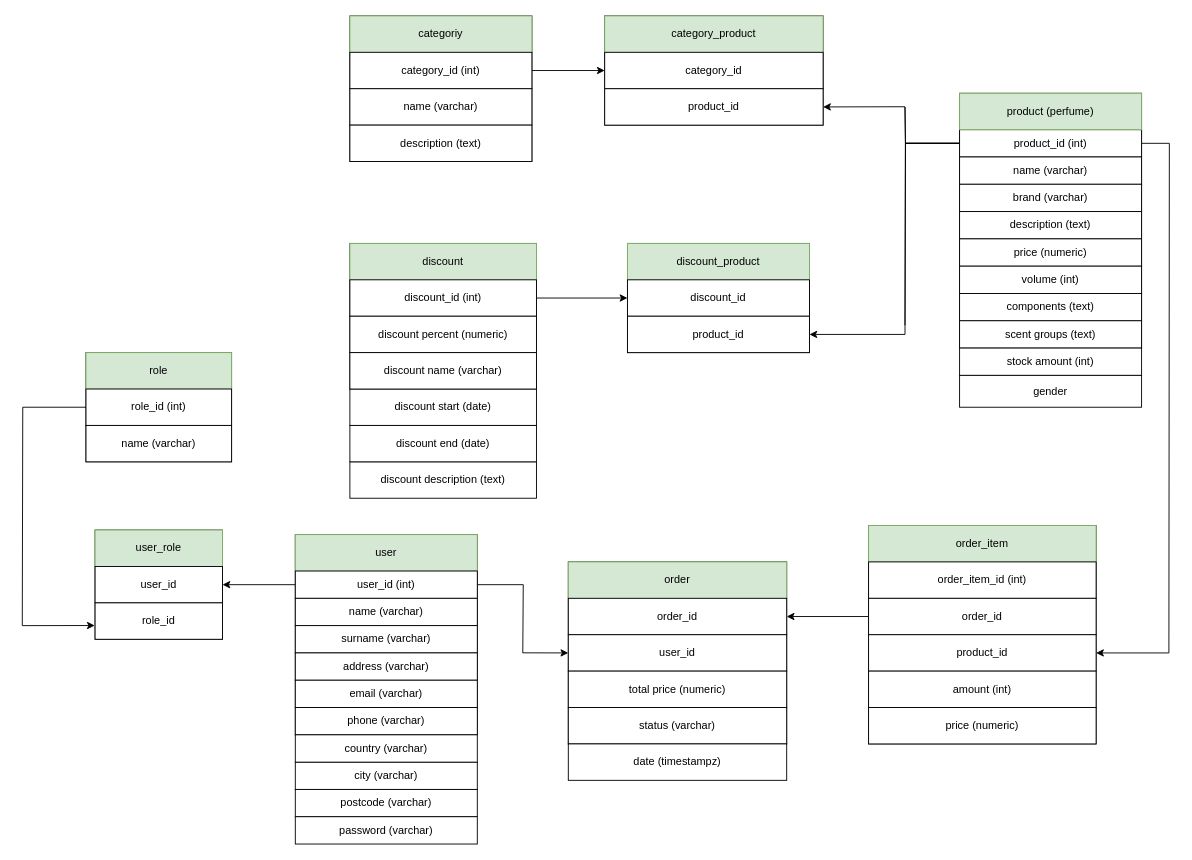
Before: backend/db_scheme.drawio in ekaterinapetukhova/online-perfume-shopping, a draw.io diagram. Source tidied: cells renumbered, new cells numbered last; positions are measured from the earlier drawing's top-left corner, leaving out a move shared by most shapes. Both pictures are drawn from the tidied source at 91%, with x=0, y=0 at pixel (22, 15).
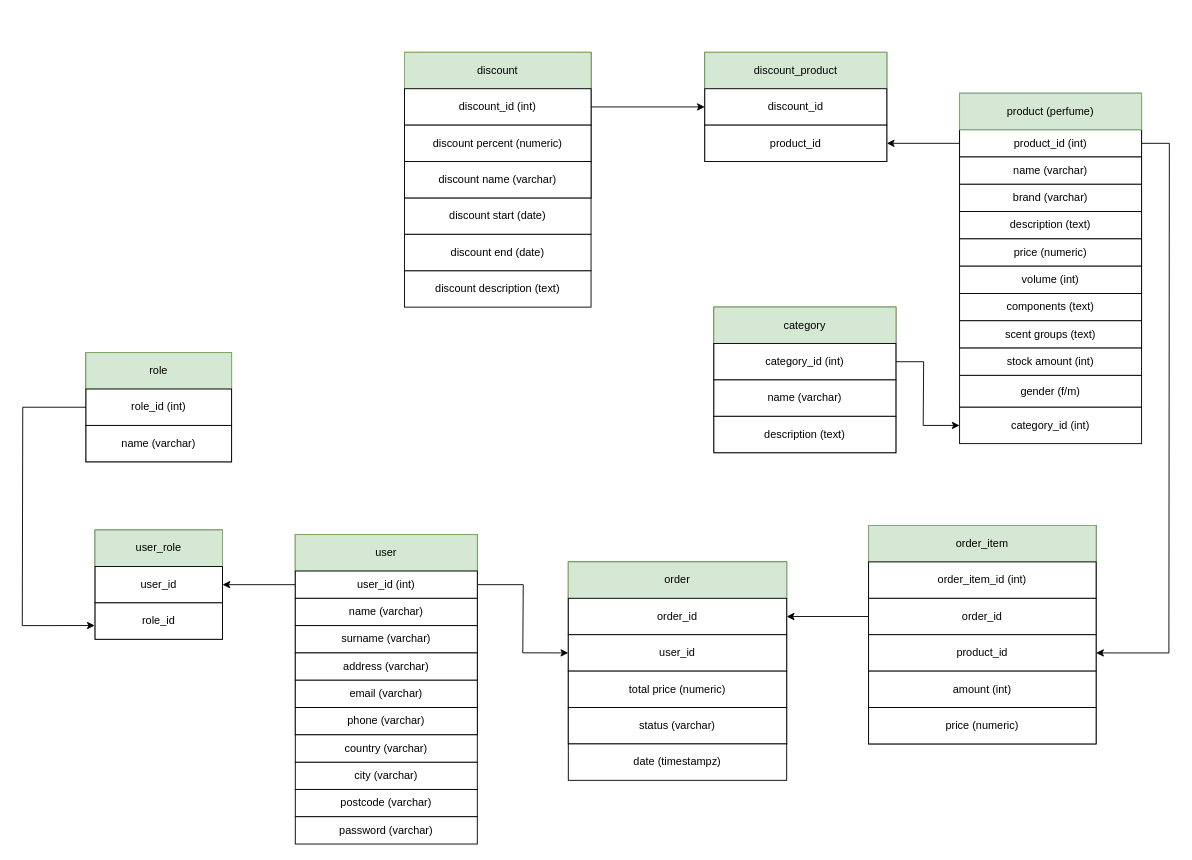
Above is the later version.

Unchanged cells that the change refers to:
```xml
<mxCell id="11" value="product_id (int)" style="rounded=0;whiteSpace=wrap;html=1;" parent="1" vertex="1">
  <mxGeometry x="1030" y="125" width="200" height="30" as="geometry" />
</mxCell>
```

What changed in the source:
```diff
@@
-    <mxCell id="8" style="edgeStyle=orthogonalEdgeStyle;rounded=0;jettySize=auto;html=1;endArrow=none;endFill=0;" parent="1" edge="1" source="11">
-      <mxGeometry relative="1" as="geometry">
-        <mxPoint x="970" y="340" as="targetPoint" />
-      </mxGeometry>
-    </mxCell>
-    <mxCell id="9" style="edgeStyle=orthogonalEdgeStyle;rounded=0;jettySize=auto;html=1;exitX=0;exitY=0.5;exitDx=0;exitDy=0;endArrow=none;endFill=0;" parent="1" edge="1" source="11">
-      <mxGeometry relative="1" as="geometry">
-        <mxPoint x="970" y="100" as="targetPoint" />
-      </mxGeometry>
-    </mxCell>
-    <mxCell id="10" style="edgeStyle=orthogonalEdgeStyle;rounded=0;jettySize=auto;html=1;endArrow=none;endFill=0;" parent="1" edge="1" source="11">
-      <mxGeometry relative="1" as="geometry">
-        <mxPoint x="970" y="100" as="targetPoint" />
-      </mxGeometry>
-    </mxCell>
@@
     <mxCell id="29" style="rounded=0;whiteSpace=wrap;html=1;" parent="1" vertex="1">
-      <mxGeometry x="360" width="200" height="160" as="geometry" />
+      <mxGeometry x="760" y="320" width="200" height="160" as="geometry" />
     </mxCell>
-    <mxCell id="30" value="categoriy" style="rounded=0;whiteSpace=wrap;html=1;fillColor=#d5e8d4;strokeColor=#82b366;" parent="1" vertex="1">
-      <mxGeometry x="360" width="200" height="40" as="geometry" />
+    <mxCell id="30" value="category" style="rounded=0;whiteSpace=wrap;html=1;fillColor=#d5e8d4;strokeColor=#82b366;" parent="1" vertex="1">
+      <mxGeometry x="760" y="320" width="200" height="40" as="geometry" />
     </mxCell>
-    <mxCell id="31" style="edgeStyle=none;rounded=0;jettySize=auto;html=1;entryX=0;entryY=0.5;entryDx=0;entryDy=0;" parent="1" edge="1" source="32" target="37">
-      <mxGeometry relative="1" as="geometry" />
-    </mxCell>
+    <mxCell id="88" style="edgeStyle=orthogonalEdgeStyle;rounded=0;jettySize=auto;html=1;exitX=1;exitY=0.5;exitDx=0;exitDy=0;endArrow=none;endFill=0;" parent="1" edge="1" source="32">
+      <mxGeometry relative="1" as="geometry">
+        <mxPoint x="990" y="450" as="targetPoint" />
+      </mxGeometry>
+    </mxCell>
     <mxCell id="32" value="category_id (int)" style="rounded=0;whiteSpace=wrap;html=1;" parent="1" vertex="1">
-      <mxGeometry x="360" y="40" width="200" height="40" as="geometry" />
+      <mxGeometry x="760" y="360" width="200" height="40" as="geometry" />
     </mxCell>
     <mxCell id="33" value="name (varchar)" style="rounded=0;whiteSpace=wrap;html=1;" parent="1" vertex="1">
-      <mxGeometry x="360" y="80" width="200" height="40" as="geometry" />
+      <mxGeometry x="760" y="400" width="200" height="40" as="geometry" />
     </mxCell>
     <mxCell id="34" value="description (text)" style="rounded=0;whiteSpace=wrap;html=1;" parent="1" vertex="1">
-      <mxGeometry x="360" y="120" width="200" height="40" as="geometry" />
+      <mxGeometry x="760" y="440" width="200" height="40" as="geometry" />
     </mxCell>
-    <mxCell id="35" style="rounded=0;whiteSpace=wrap;html=1;" parent="1" vertex="1">
-      <mxGeometry x="640" width="240" height="120" as="geometry" />
-    </mxCell>
-    <mxCell id="36" value="category_product" style="rounded=0;whiteSpace=wrap;html=1;fillColor=#d5e8d4;strokeColor=#82b366;" parent="1" vertex="1">
-      <mxGeometry x="640" width="240" height="40" as="geometry" />
-    </mxCell>
-    <mxCell id="37" value="category_id" style="rounded=0;whiteSpace=wrap;html=1;" parent="1" vertex="1">
-      <mxGeometry x="640" y="40" width="240" height="40" as="geometry" />
-    </mxCell>
-    <mxCell id="38" style="edgeStyle=none;rounded=0;jettySize=auto;html=1;exitX=1;exitY=0.5;exitDx=0;exitDy=0;endArrow=none;endFill=0;startArrow=classic;startFill=1;" parent="1" edge="1" source="39">
-      <mxGeometry relative="1" as="geometry">
-        <mxPoint x="970" y="99.8" as="targetPoint" />
-      </mxGeometry>
-    </mxCell>
-    <mxCell id="39" value="product_id" style="rounded=0;whiteSpace=wrap;html=1;" parent="1" vertex="1">
-      <mxGeometry x="640" y="80" width="240" height="40" as="geometry" />
-    </mxCell>
@@
     <mxCell id="68" style="rounded=0;whiteSpace=wrap;html=1;" parent="1" vertex="1">
-      <mxGeometry x="360" y="250" width="205" height="160" as="geometry" />
+      <mxGeometry x="420" y="40" width="205" height="160" as="geometry" />
     </mxCell>
     <mxCell id="69" value="discount" style="rounded=0;whiteSpace=wrap;html=1;fillColor=#d5e8d4;strokeColor=#82b366;" parent="1" vertex="1">
-      <mxGeometry x="360" y="250" width="205" height="40" as="geometry" />
+      <mxGeometry x="420" y="40" width="205" height="40" as="geometry" />
     </mxCell>
@@
     <mxCell id="71" value="discount_id (int)" style="rounded=0;whiteSpace=wrap;html=1;" parent="1" vertex="1">
-      <mxGeometry x="360" y="290" width="205" height="40" as="geometry" />
+      <mxGeometry x="420" y="80" width="205" height="40" as="geometry" />
     </mxCell>
     <mxCell id="72" value="discount percent (numeric)" style="rounded=0;whiteSpace=wrap;html=1;" parent="1" vertex="1">
-      <mxGeometry x="360" y="330" width="205" height="40" as="geometry" />
+      <mxGeometry x="420" y="120" width="205" height="40" as="geometry" />
     </mxCell>
     <mxCell id="73" value="discount description (text)" style="rounded=0;whiteSpace=wrap;html=1;" parent="1" vertex="1">
-      <mxGeometry x="360" y="490" width="205" height="40" as="geometry" />
+      <mxGeometry x="420" y="280" width="205" height="40" as="geometry" />
     </mxCell>
@@
     <mxCell id="77" value="discount start (date)" style="rounded=0;whiteSpace=wrap;html=1;" parent="1" vertex="1">
-      <mxGeometry x="360" y="410" width="205" height="40" as="geometry" />
+      <mxGeometry x="420" y="200" width="205" height="40" as="geometry" />
     </mxCell>
     <mxCell id="78" value="discount end (date)" style="rounded=0;whiteSpace=wrap;html=1;" parent="1" vertex="1">
-      <mxGeometry x="360" y="450" width="205" height="40" as="geometry" />
+      <mxGeometry x="420" y="240" width="205" height="40" as="geometry" />
     </mxCell>
     <mxCell id="79" style="rounded=0;whiteSpace=wrap;html=1;" parent="1" vertex="1">
-      <mxGeometry x="665" y="250" width="200" height="120" as="geometry" />
+      <mxGeometry x="750" y="40" width="200" height="120" as="geometry" />
     </mxCell>
     <mxCell id="80" value="discount_product" style="rounded=0;whiteSpace=wrap;html=1;fillColor=#d5e8d4;strokeColor=#82b366;" parent="1" vertex="1">
-      <mxGeometry x="665" y="250" width="200" height="40" as="geometry" />
+      <mxGeometry x="750" y="40" width="200" height="40" as="geometry" />
     </mxCell>
     <mxCell id="81" value="discount_id" style="rounded=0;whiteSpace=wrap;html=1;" parent="1" vertex="1">
-      <mxGeometry x="665" y="290" width="200" height="40" as="geometry" />
+      <mxGeometry x="750" y="80" width="200" height="40" as="geometry" />
     </mxCell>
-    <mxCell id="82" style="edgeStyle=none;rounded=0;jettySize=auto;html=1;endArrow=none;endFill=0;startArrow=classic;startFill=1;exitX=1;exitY=0.5;exitDx=0;exitDy=0;" parent="1" edge="1" source="83">
-      <mxGeometry relative="1" as="geometry">
-        <mxPoint x="970" y="350" as="targetPoint" />
-      </mxGeometry>
+    <mxCell id="82" style="edgeStyle=none;rounded=0;jettySize=auto;html=1;endArrow=none;endFill=0;startArrow=classic;startFill=1;exitX=1;exitY=0.5;exitDx=0;exitDy=0;entryX=0;entryY=0.5;entryDx=0;entryDy=0;" parent="1" edge="1" source="83" target="11">
+      <mxGeometry relative="1" as="geometry" />
     </mxCell>
     <mxCell id="83" value="product_id" style="rounded=0;whiteSpace=wrap;html=1;" parent="1" vertex="1">
-      <mxGeometry x="665" y="330" width="200" height="40" as="geometry" />
+      <mxGeometry x="750" y="120" width="200" height="40" as="geometry" />
     </mxCell>
-    <mxCell id="84" style="edgeStyle=orthogonalEdgeStyle;rounded=0;jettySize=auto;html=1;endArrow=none;endFill=0;" parent="1" edge="1" source="11">
-      <mxGeometry relative="1" as="geometry">
-        <mxPoint x="970" y="350" as="targetPoint" />
-      </mxGeometry>
-    </mxCell>
     <mxCell id="85" value="discount name (varchar)" style="rounded=0;whiteSpace=wrap;html=1;" parent="1" vertex="1">
-      <mxGeometry x="360" y="370" width="205" height="40" as="geometry" />
+      <mxGeometry x="420" y="160" width="205" height="40" as="geometry" />
     </mxCell>
-    <mxCell id="86" value="gender" style="rounded=0;whiteSpace=wrap;html=1;" parent="1" vertex="1">
+    <mxCell id="86" value="gender (f/m)" style="rounded=0;whiteSpace=wrap;html=1;" parent="1" vertex="1">
       <mxGeometry x="1030" y="395" width="200" height="35" as="geometry" />
     </mxCell>
@@
+    <mxCell id="89" style="edgeStyle=none;rounded=0;jettySize=auto;html=1;exitX=0;exitY=0.5;exitDx=0;exitDy=0;endArrow=none;endFill=0;startArrow=classic;startFill=1;" parent="1" edge="1" source="90">
+      <mxGeometry relative="1" as="geometry">
+        <mxPoint x="990" y="450" as="targetPoint" />
+      </mxGeometry>
+    </mxCell>
+    <mxCell id="90" value="category_id (int)" style="rounded=0;whiteSpace=wrap;html=1;" parent="1" vertex="1">
+      <mxGeometry x="1030" y="430" width="200" height="40" as="geometry" />
+    </mxCell>
```
